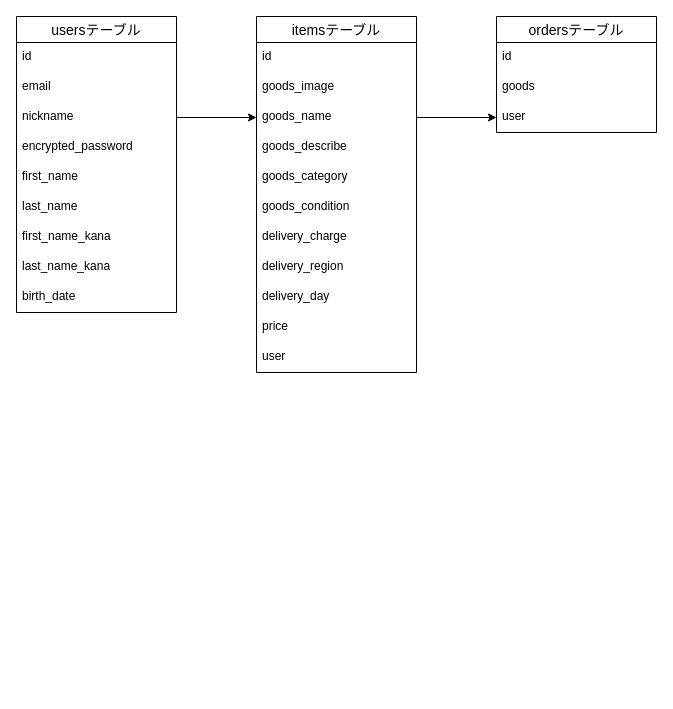
Before: ER.dio in ykkkkk0215/furima-40824, a draw.io diagram. Source tidied: cells renumbered, new cells numbered last; positions are measured from the earlier drawing's top-left corner, leaving out a move shared by most shapes. Both pictures are drawn from the tidied source at 100%, with x=0, y=0 at pixel (16, 16).
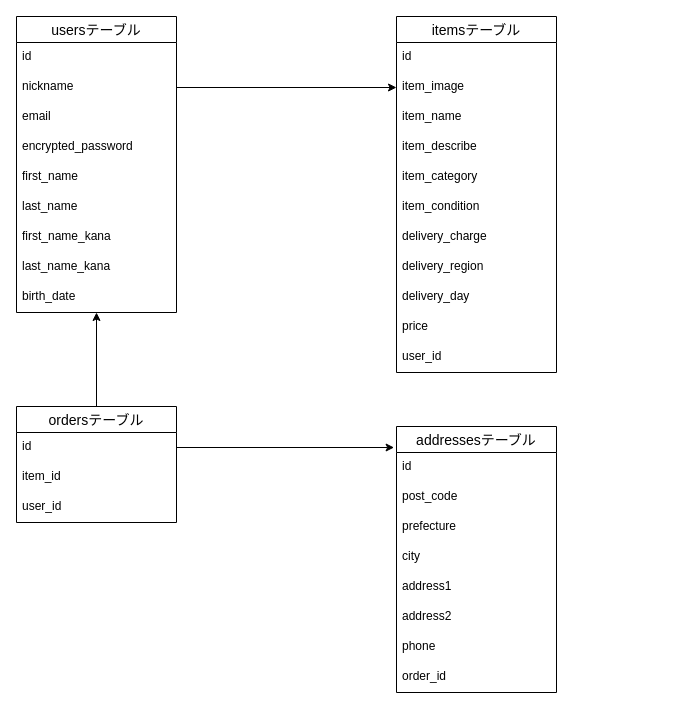
The same page after the edit.

The change refers to these unchanged cells:
```xml
<mxCell id="3" value="usersテーブル" style="swimlane;fontStyle=0;horizontal=1;startSize=26;align=center;fontSize=14;shadow=0;" parent="1" vertex="1">
  <mxGeometry width="160" height="296" as="geometry" />
</mxCell>
<mxCell id="12" value="birth_date" style="text;strokeColor=none;fillColor=none;spacingLeft=4;spacingRight=4;overflow=hidden;points=[[0,0.5],[1,0.5]];portConstraint=eastwest;fontSize=12;shadow=0;" parent="3" vertex="1">
  <mxGeometry y="266" width="160" height="30" as="geometry" />
</mxCell>
<mxCell id="26" value="id" style="text;strokeColor=none;fillColor=none;spacingLeft=4;spacingRight=4;overflow=hidden;points=[[0,0.5],[1,0.5]];portConstraint=eastwest;fontSize=12;shadow=0;" parent="25" vertex="1">
  <mxGeometry y="26" width="160" height="30" as="geometry" />
</mxCell>
```

Diff of the diagram source:
```diff
@@
-    <mxCell id="2" style="edgeStyle=none;html=1;exitX=1;exitY=0.5;exitDx=0;exitDy=0;entryX=0;entryY=0.5;entryDx=0;entryDy=0;" parent="1" edge="1" source="6" target="16">
-      <mxGeometry relative="1" as="geometry" />
-    </mxCell>
@@
+    <mxCell id="6" value="nickname" style="text;strokeColor=none;fillColor=none;spacingLeft=4;spacingRight=4;overflow=hidden;points=[[0,0.5],[1,0.5]];portConstraint=eastwest;fontSize=12;shadow=0;" parent="3" vertex="1">
+      <mxGeometry y="56" width="160" height="30" as="geometry" />
+    </mxCell>
     <mxCell id="5" value="email" style="text;strokeColor=none;fillColor=none;spacingLeft=4;spacingRight=4;overflow=hidden;fontSize=12;shadow=0;" parent="3" vertex="1">
-      <mxGeometry y="56" width="160" height="30" as="geometry" />
+      <mxGeometry y="86" width="160" height="30" as="geometry" />
     </mxCell>
-    <mxCell id="6" value="nickname" style="text;strokeColor=none;fillColor=none;spacingLeft=4;spacingRight=4;overflow=hidden;points=[[0,0.5],[1,0.5]];portConstraint=eastwest;fontSize=12;shadow=0;" parent="3" vertex="1">
-      <mxGeometry y="86" width="160" height="30" as="geometry" />
-    </mxCell>
@@
     <mxCell id="13" value="itemsテーブル" style="swimlane;fontStyle=0;horizontal=1;startSize=26;align=center;fontSize=14;shadow=0;" parent="1" vertex="1">
-      <mxGeometry x="240" width="160" height="356" as="geometry" />
+      <mxGeometry x="380" width="160" height="356" as="geometry" />
     </mxCell>
@@
-    <mxCell id="15" value="goods_image" style="text;strokeColor=none;fillColor=none;spacingLeft=4;spacingRight=4;overflow=hidden;points=[[0,0.5],[1,0.5]];portConstraint=eastwest;fontSize=12;shadow=0;" parent="13" vertex="1">
+    <mxCell id="15" value="item_image" style="text;strokeColor=none;fillColor=none;spacingLeft=4;spacingRight=4;overflow=hidden;points=[[0,0.5],[1,0.5]];portConstraint=eastwest;fontSize=12;shadow=0;" parent="13" vertex="1">
       <mxGeometry y="56" width="160" height="30" as="geometry" />
     </mxCell>
-    <mxCell id="16" value="goods_name" style="text;strokeColor=none;fillColor=none;spacingLeft=4;spacingRight=4;overflow=hidden;points=[[0,0.5],[1,0.5]];portConstraint=eastwest;fontSize=12;shadow=0;" parent="13" vertex="1">
+    <mxCell id="16" value="item_name" style="text;strokeColor=none;fillColor=none;spacingLeft=4;spacingRight=4;overflow=hidden;points=[[0,0.5],[1,0.5]];portConstraint=eastwest;fontSize=12;shadow=0;" parent="13" vertex="1">
       <mxGeometry y="86" width="160" height="30" as="geometry" />
     </mxCell>
-    <mxCell id="17" value="goods_describe" style="text;strokeColor=none;fillColor=none;spacingLeft=4;spacingRight=4;overflow=hidden;fontSize=12;shadow=0;" parent="13" vertex="1">
+    <mxCell id="17" value="item_describe" style="text;strokeColor=none;fillColor=none;spacingLeft=4;spacingRight=4;overflow=hidden;fontSize=12;shadow=0;" parent="13" vertex="1">
       <mxGeometry y="116" width="160" height="30" as="geometry" />
     </mxCell>
-    <mxCell id="18" value="goods_category" style="text;strokeColor=none;fillColor=none;spacingLeft=4;spacingRight=4;overflow=hidden;fontSize=12;shadow=0;" parent="13" vertex="1">
+    <mxCell id="18" value="item_category" style="text;strokeColor=none;fillColor=none;spacingLeft=4;spacingRight=4;overflow=hidden;fontSize=12;shadow=0;" parent="13" vertex="1">
       <mxGeometry y="146" width="160" height="30" as="geometry" />
     </mxCell>
-    <mxCell id="19" value="goods_condition" style="text;strokeColor=none;fillColor=none;spacingLeft=4;spacingRight=4;overflow=hidden;fontSize=12;shadow=0;" parent="13" vertex="1">
+    <mxCell id="19" value="item_condition" style="text;strokeColor=none;fillColor=none;spacingLeft=4;spacingRight=4;overflow=hidden;fontSize=12;shadow=0;" parent="13" vertex="1">
       <mxGeometry y="176" width="160" height="30" as="geometry" />
     </mxCell>
@@
-    <mxCell id="24" value="user" style="text;strokeColor=none;fillColor=none;spacingLeft=4;spacingRight=4;overflow=hidden;fontSize=12;shadow=0;" parent="13" vertex="1">
+    <mxCell id="24" value="user_id" style="text;strokeColor=none;fillColor=none;spacingLeft=4;spacingRight=4;overflow=hidden;fontSize=12;shadow=0;" parent="13" vertex="1">
       <mxGeometry y="326" width="160" height="30" as="geometry" />
     </mxCell>
+    <mxCell id="30" style="edgeStyle=none;html=1;" parent="1" edge="1" source="25" target="12">
+      <mxGeometry relative="1" as="geometry" />
+    </mxCell>
     <mxCell id="25" value="ordersテーブル" style="swimlane;fontStyle=0;horizontal=1;startSize=26;align=center;fontSize=14;shadow=0;" parent="1" vertex="1">
-      <mxGeometry x="480" width="160" height="116" as="geometry" />
+      <mxGeometry y="390" width="160" height="116" as="geometry" />
     </mxCell>
@@
-    <mxCell id="27" value="goods" style="text;strokeColor=none;fillColor=none;spacingLeft=4;spacingRight=4;overflow=hidden;fontSize=12;shadow=0;" parent="25" vertex="1">
+    <mxCell id="27" value="item_id" style="text;strokeColor=none;fillColor=none;spacingLeft=4;spacingRight=4;overflow=hidden;fontSize=12;shadow=0;" parent="25" vertex="1">
       <mxGeometry y="56" width="160" height="30" as="geometry" />
     </mxCell>
-    <mxCell id="28" value="user" style="text;strokeColor=none;fillColor=none;spacingLeft=4;spacingRight=4;overflow=hidden;points=[[0,0.5],[1,0.5]];portConstraint=eastwest;fontSize=12;shadow=0;" parent="25" vertex="1">
+    <mxCell id="28" value="user_id" style="text;strokeColor=none;fillColor=none;spacingLeft=4;spacingRight=4;overflow=hidden;points=[[0,0.5],[1,0.5]];portConstraint=eastwest;fontSize=12;shadow=0;" parent="25" vertex="1">
       <mxGeometry y="86" width="160" height="30" as="geometry" />
     </mxCell>
-    <mxCell id="29" style="edgeStyle=none;html=1;exitX=1;exitY=0.5;exitDx=0;exitDy=0;entryX=0;entryY=0.5;entryDx=0;entryDy=0;" parent="1" edge="1" source="16" target="28">
-      <mxGeometry relative="1" as="geometry" />
-    </mxCell>
+    <mxCell id="31" value="addressesテーブル" style="swimlane;fontStyle=0;horizontal=1;startSize=26;align=center;fontSize=14;shadow=0;" parent="1" vertex="1">
+      <mxGeometry x="380" y="410" width="160" height="266" as="geometry" />
+    </mxCell>
+    <mxCell id="32" value="id" style="text;strokeColor=none;fillColor=none;spacingLeft=4;spacingRight=4;overflow=hidden;fontSize=12;shadow=0;" parent="31" vertex="1">
+      <mxGeometry y="26" width="160" height="30" as="geometry" />
+    </mxCell>
+    <mxCell id="33" value="post_code" style="text;strokeColor=none;fillColor=none;spacingLeft=4;spacingRight=4;overflow=hidden;fontSize=12;shadow=0;" parent="31" vertex="1">
+      <mxGeometry y="56" width="160" height="30" as="geometry" />
+    </mxCell>
+    <mxCell id="34" value="prefecture" style="text;strokeColor=none;fillColor=none;spacingLeft=4;spacingRight=4;overflow=hidden;fontSize=12;shadow=0;" parent="31" vertex="1">
+      <mxGeometry y="86" width="160" height="30" as="geometry" />
+    </mxCell>
+    <mxCell id="35" value="city" style="text;strokeColor=none;fillColor=none;spacingLeft=4;spacingRight=4;overflow=hidden;fontSize=12;shadow=0;" parent="31" vertex="1">
+      <mxGeometry y="116" width="160" height="30" as="geometry" />
+    </mxCell>
+    <mxCell id="36" value="address1" style="text;strokeColor=none;fillColor=none;spacingLeft=4;spacingRight=4;overflow=hidden;fontSize=12;shadow=0;" parent="31" vertex="1">
+      <mxGeometry y="146" width="160" height="30" as="geometry" />
+    </mxCell>
+    <mxCell id="37" value="address2" style="text;strokeColor=none;fillColor=none;spacingLeft=4;spacingRight=4;overflow=hidden;fontSize=12;shadow=0;" parent="31" vertex="1">
+      <mxGeometry y="176" width="160" height="30" as="geometry" />
+    </mxCell>
+    <mxCell id="38" value="phone" style="text;strokeColor=none;fillColor=none;spacingLeft=4;spacingRight=4;overflow=hidden;fontSize=12;shadow=0;" parent="31" vertex="1">
+      <mxGeometry y="206" width="160" height="30" as="geometry" />
+    </mxCell>
+    <mxCell id="39" value="order_id" style="text;strokeColor=none;fillColor=none;spacingLeft=4;spacingRight=4;overflow=hidden;fontSize=12;shadow=0;" parent="31" vertex="1">
+      <mxGeometry y="236" width="160" height="30" as="geometry" />
+    </mxCell>
+    <mxCell id="40" style="edgeStyle=none;html=1;entryX=0;entryY=0.5;entryDx=0;entryDy=0;" parent="1" edge="1" source="6" target="15">
+      <mxGeometry relative="1" as="geometry" />
+    </mxCell>
+    <mxCell id="41" style="edgeStyle=none;html=1;exitX=1;exitY=0.5;exitDx=0;exitDy=0;entryX=-0.015;entryY=0.079;entryDx=0;entryDy=0;entryPerimeter=0;" parent="1" edge="1" source="26" target="31">
+      <mxGeometry relative="1" as="geometry" />
+    </mxCell>
```
